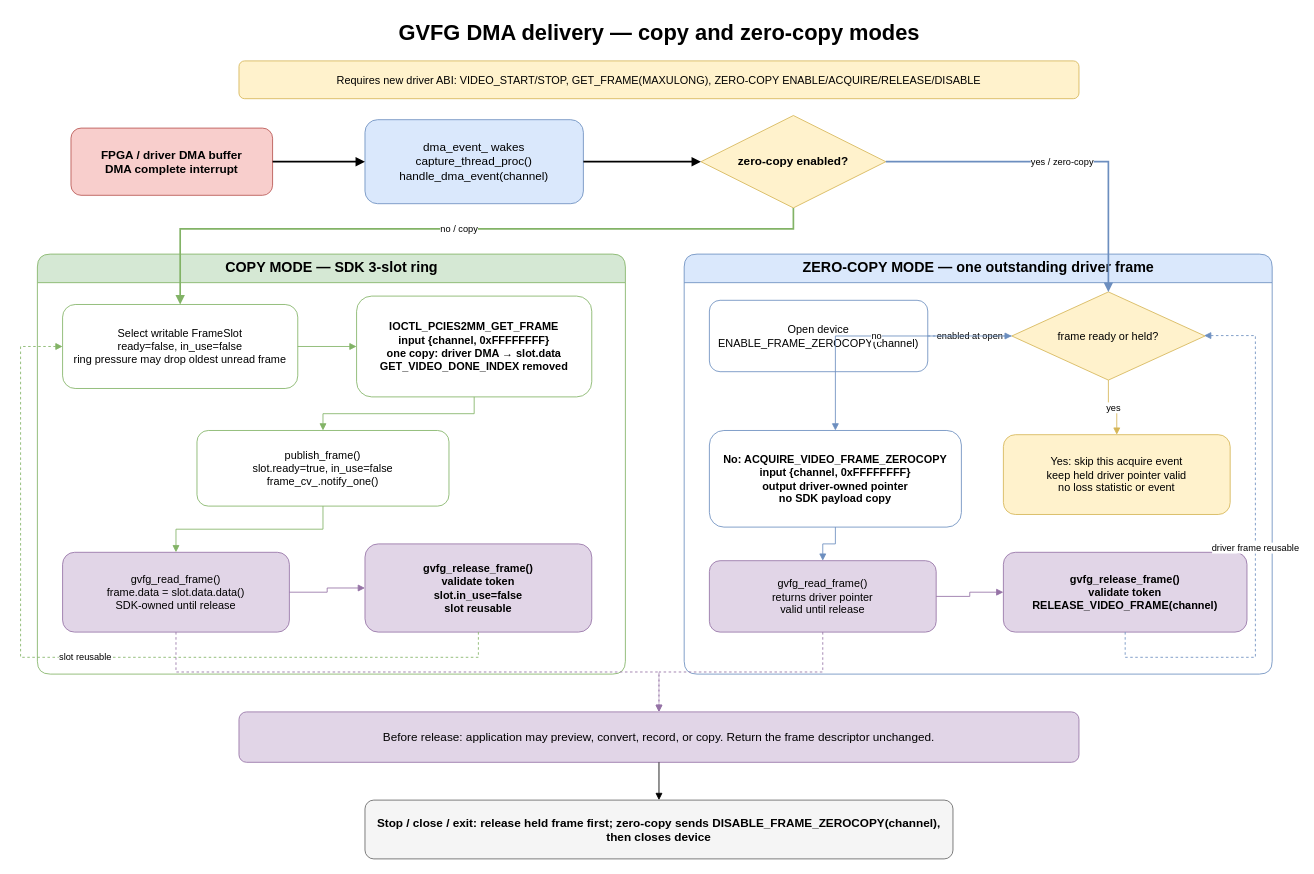
The draw.io diagram docs/GVFG_DMA_RING_DATA_FLOW.drawio in MarquezLin/GVFG_Standalone, before the edit. Source tidied: cells renumbered, new cells numbered last; positions are measured from the earlier drawing's top-left corner, leaving out a move shared by most shapes. Both pictures are drawn from the tidied source at 84%, with x=0, y=0 at pixel (20, 14).
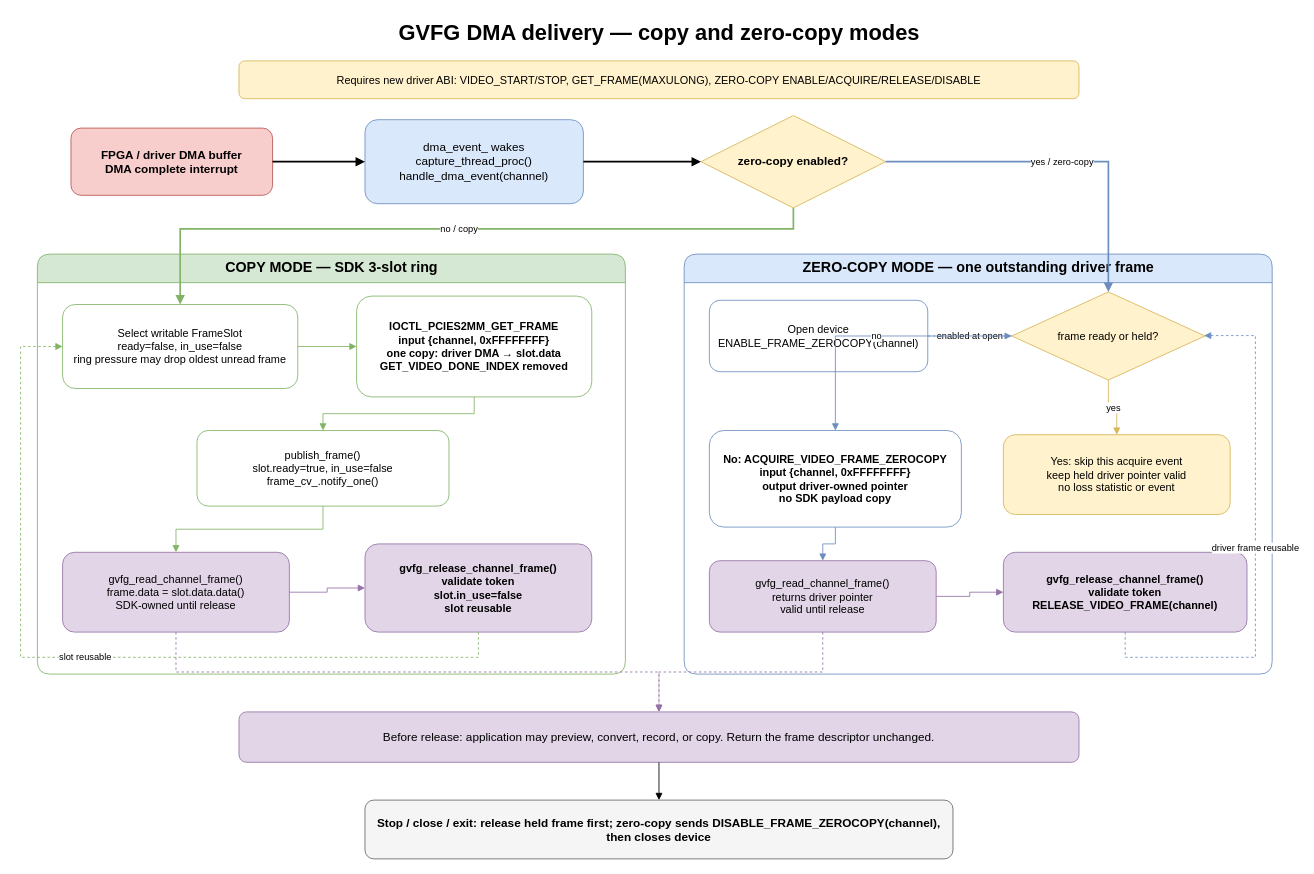
After the change.

Change to the diagram source:
```diff
@@
-    <mxCell id="11" value="gvfg_read_frame()&#10;frame.data = slot.data.data()&#10;SDK-owned until release" style="rounded=1;whiteSpace=wrap;html=1;fillColor=#e1d5e7;strokeColor=#9673a6;fontSize=13;" parent="1" vertex="1">
+    <mxCell id="11" value="gvfg_read_channel_frame()&#10;frame.data = slot.data.data()&#10;SDK-owned until release" style="rounded=1;whiteSpace=wrap;html=1;fillColor=#e1d5e7;strokeColor=#9673a6;fontSize=13;" parent="1" vertex="1">
       <mxGeometry x="50" y="640" width="270" height="95" as="geometry" />
     </mxCell>
-    <mxCell id="12" value="gvfg_release_frame()&#10;validate token&#10;slot.in_use=false&#10;slot reusable" style="rounded=1;whiteSpace=wrap;html=1;fillColor=#e1d5e7;strokeColor=#9673a6;fontSize=13;fontStyle=1;" parent="1" vertex="1">
+    <mxCell id="12" value="gvfg_release_channel_frame()&#10;validate token&#10;slot.in_use=false&#10;slot reusable" style="rounded=1;whiteSpace=wrap;html=1;fillColor=#e1d5e7;strokeColor=#9673a6;fontSize=13;fontStyle=1;" parent="1" vertex="1">
       <mxGeometry x="410" y="630" width="270" height="105" as="geometry" />
     </mxCell>
@@
-    <mxCell id="18" value="gvfg_read_frame()&#10;returns driver pointer&#10;valid until release" style="rounded=1;whiteSpace=wrap;html=1;fillColor=#e1d5e7;strokeColor=#9673a6;fontSize=13;" parent="1" vertex="1">
+    <mxCell id="18" value="gvfg_read_channel_frame()&#10;returns driver pointer&#10;valid until release" style="rounded=1;whiteSpace=wrap;html=1;fillColor=#e1d5e7;strokeColor=#9673a6;fontSize=13;" parent="1" vertex="1">
       <mxGeometry x="820" y="650" width="270" height="85" as="geometry" />
     </mxCell>
-    <mxCell id="19" value="gvfg_release_frame()&#10;validate token&#10;RELEASE_VIDEO_FRAME(channel)" style="rounded=1;whiteSpace=wrap;html=1;fillColor=#e1d5e7;strokeColor=#9673a6;fontSize=13;fontStyle=1;" parent="1" vertex="1">
+    <mxCell id="19" value="gvfg_release_channel_frame()&#10;validate token&#10;RELEASE_VIDEO_FRAME(channel)" style="rounded=1;whiteSpace=wrap;html=1;fillColor=#e1d5e7;strokeColor=#9673a6;fontSize=13;fontStyle=1;" parent="1" vertex="1">
       <mxGeometry x="1170" y="640" width="290" height="95" as="geometry" />
     </mxCell>
```
